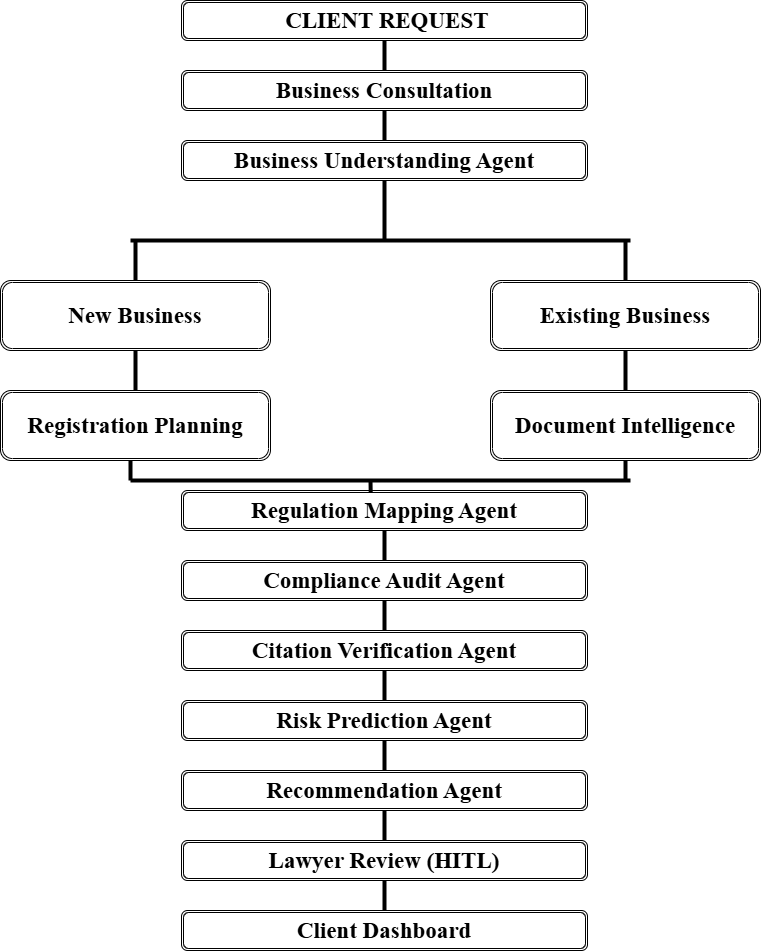
This is architecture/diagrams/03_Agent_Workflow.png from Sumedha-t/ComplianceCopilotAI, a draw.io export, as it was before one commit. Source tidied: cells renumbered, new cells last; positions are measured from the earlier drawing's top-left corner, leaving out a move shared by most shapes.
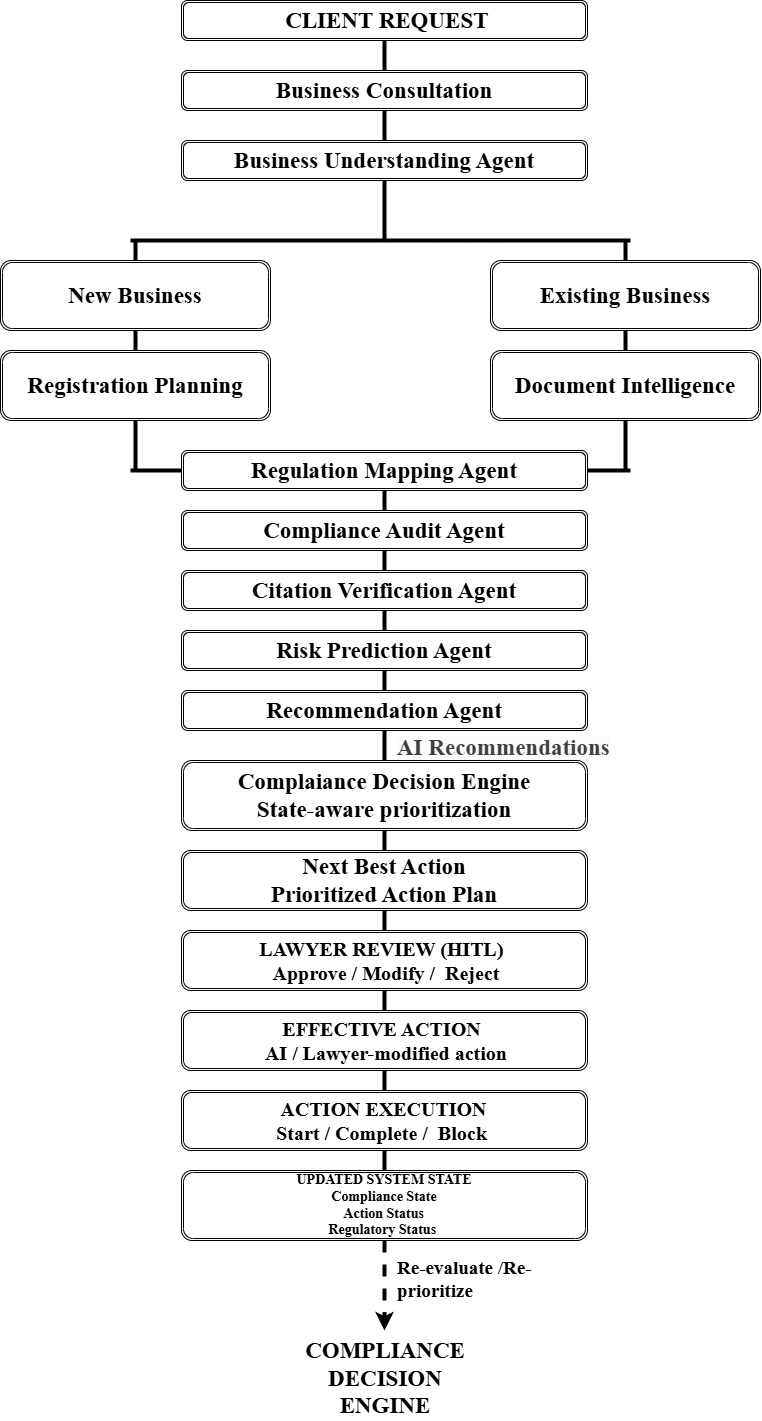
After the change.

Commit message:
Update architecture and HITL workflows

Diff of the diagram source:
```diff
@@ -3,50 +3,47 @@
     <mxCell id="0" />
     <mxCell id="1" parent="0" />
     <mxCell id="2" value="&lt;font style=&quot;font-size: 23px;&quot; face=&quot;Times New Roman&quot;&gt;&lt;b style=&quot;&quot;&gt;&amp;nbsp;CLIENT REQUEST&lt;/b&gt;&lt;/font&gt;" style="shape=ext;double=1;rounded=1;whiteSpace=wrap;html=1;" parent="1" vertex="1">
-      <mxGeometry x="181" width="406" height="40" as="geometry" />
+      <mxGeometry x="316" y="30" width="406" height="40" as="geometry" />
     </mxCell>
     <mxCell id="3" value="&lt;font face=&quot;Times New Roman&quot; style=&quot;font-size: 23px;&quot;&gt;&lt;b&gt;Business Consultation&lt;/b&gt;&lt;/font&gt;" style="shape=ext;double=1;rounded=1;whiteSpace=wrap;html=1;" parent="1" vertex="1">
-      <mxGeometry x="181" y="70" width="406" height="40" as="geometry" />
+      <mxGeometry x="316" y="100" width="406" height="40" as="geometry" />
     </mxCell>
     <mxCell id="4" value="&lt;font face=&quot;Times New Roman&quot; style=&quot;font-size: 23px;&quot;&gt;&lt;b&gt;Business Understanding Agent&lt;/b&gt;&lt;/font&gt;" style="shape=ext;double=1;rounded=1;whiteSpace=wrap;html=1;" parent="1" vertex="1">
-      <mxGeometry x="181" y="140" width="406" height="40" as="geometry" />
+      <mxGeometry x="316" y="170" width="406" height="40" as="geometry" />
     </mxCell>
     <mxCell id="5" value="&lt;font style=&quot;font-size: 23px;&quot; face=&quot;Times New Roman&quot;&gt;&lt;b&gt;New Business&lt;/b&gt;&lt;/font&gt;" style="shape=ext;double=1;rounded=1;whiteSpace=wrap;html=1;" parent="1" vertex="1">
-      <mxGeometry y="280" width="270" height="70" as="geometry" />
+      <mxGeometry x="135" y="290" width="270" height="70" as="geometry" />
     </mxCell>
     <mxCell id="6" value="&lt;font face=&quot;Times New Roman&quot; style=&quot;font-size: 23px;&quot;&gt;&lt;b&gt;Registration Planning&lt;/b&gt;&lt;/font&gt;" style="shape=ext;double=1;rounded=1;whiteSpace=wrap;html=1;" parent="1" vertex="1">
-      <mxGeometry y="390" width="270" height="70" as="geometry" />
+      <mxGeometry x="135" y="380" width="270" height="70" as="geometry" />
     </mxCell>
     <mxCell id="7" value="&lt;font style=&quot;font-size: 23px;&quot; face=&quot;Times New Roman&quot;&gt;&lt;b&gt;Existing Business&lt;/b&gt;&lt;/font&gt;" style="shape=ext;double=1;rounded=1;whiteSpace=wrap;html=1;" parent="1" vertex="1">
-      <mxGeometry x="490" y="280" width="270" height="70" as="geometry" />
+      <mxGeometry x="625" y="290" width="270" height="70" as="geometry" />
     </mxCell>
     <mxCell id="8" value="&lt;b&gt;&lt;font style=&quot;font-size: 23px;&quot; face=&quot;Times New Roman&quot;&gt;Document Intelligence&lt;/font&gt;&lt;/b&gt;" style="shape=ext;double=1;rounded=1;whiteSpace=wrap;html=1;" parent="1" vertex="1">
-      <mxGeometry x="490" y="390" width="270" height="70" as="geometry" />
+      <mxGeometry x="625" y="380" width="270" height="70" as="geometry" />
     </mxCell>
-    <mxCell id="9" value="&lt;font style=&quot;font-size: 23px;&quot; face=&quot;Times New Roman&quot;&gt;&lt;b&gt;Regulation Mapping Agent&lt;/b&gt;&lt;/font&gt;" style="shape=ext;double=1;rounded=1;whiteSpace=wrap;html=1;" parent="1" vertex="1">
-      <mxGeometry x="181" y="490" width="406" height="40" as="geometry" />
-    </mxCell>
     <mxCell id="10" value="&lt;font style=&quot;font-size: 23px;&quot; face=&quot;Times New Roman&quot;&gt;&lt;b&gt;Compliance Audit Agent&lt;/b&gt;&lt;/font&gt;" style="shape=ext;double=1;rounded=1;whiteSpace=wrap;html=1;" parent="1" vertex="1">
-      <mxGeometry x="181" y="560" width="406" height="40" as="geometry" />
+      <mxGeometry x="316" y="540" width="406" height="40" as="geometry" />
     </mxCell>
     <mxCell id="11" value="&lt;b&gt;&lt;font style=&quot;font-size: 23px;&quot; face=&quot;Times New Roman&quot;&gt;Citation Verification Agent&lt;/font&gt;&lt;/b&gt;" style="shape=ext;double=1;rounded=1;whiteSpace=wrap;html=1;" parent="1" vertex="1">
-      <mxGeometry x="181" y="630" width="406" height="40" as="geometry" />
+      <mxGeometry x="316" y="600" width="406" height="40" as="geometry" />
     </mxCell>
     <mxCell id="12" value="&lt;font face=&quot;Times New Roman&quot; style=&quot;font-size: 23px;&quot;&gt;&lt;b&gt;Risk Prediction Agent&lt;/b&gt;&lt;/font&gt;" style="shape=ext;double=1;rounded=1;whiteSpace=wrap;html=1;" parent="1" vertex="1">
-      <mxGeometry x="181" y="700" width="406" height="40" as="geometry" />
+      <mxGeometry x="316" y="660" width="406" height="40" as="geometry" />
     </mxCell>
     <mxCell id="13" value="&lt;font style=&quot;font-size: 23px;&quot; face=&quot;Times New Roman&quot;&gt;&lt;b&gt;Recommendation Agent&lt;/b&gt;&lt;/font&gt;" style="shape=ext;double=1;rounded=1;whiteSpace=wrap;html=1;" parent="1" vertex="1">
-      <mxGeometry x="181" y="770" width="406" height="40" as="geometry" />
+      <mxGeometry x="316" y="720" width="406" height="40" as="geometry" />
     </mxCell>
-    <mxCell id="14" value="&lt;b&gt;&lt;font style=&quot;font-size: 23px;&quot; face=&quot;Times New Roman&quot;&gt;Lawyer Review (HITL)&lt;/font&gt;&lt;/b&gt;" style="shape=ext;double=1;rounded=1;whiteSpace=wrap;html=1;" parent="1" vertex="1">
-      <mxGeometry x="181" y="840" width="406" height="40" as="geometry" />
+    <mxCell id="14" value="&lt;b&gt;&lt;font style=&quot;font-size: 23px;&quot; face=&quot;Times New Roman&quot;&gt;Complaiance Decision Engine&lt;br&gt;State-aware prioritization&lt;/font&gt;&lt;/b&gt;" style="shape=ext;double=1;rounded=1;whiteSpace=wrap;html=1;" parent="1" vertex="1">
+      <mxGeometry x="316" y="790" width="406" height="70" as="geometry" />
     </mxCell>
-    <mxCell id="15" value="&lt;b&gt;&lt;font style=&quot;font-size: 23px;&quot; face=&quot;Times New Roman&quot;&gt;Client Dashboard&lt;/font&gt;&lt;/b&gt;" style="shape=ext;double=1;rounded=1;whiteSpace=wrap;html=1;" parent="1" vertex="1">
-      <mxGeometry x="181" y="910" width="406" height="40" as="geometry" />
+    <mxCell id="15" value="&lt;b&gt;&lt;font style=&quot;font-size: 23px;&quot; face=&quot;Times New Roman&quot;&gt;Next Best Action&lt;br&gt;Prioritized Action Plan&lt;/font&gt;&lt;/b&gt;" style="shape=ext;double=1;rounded=1;whiteSpace=wrap;html=1;" parent="1" vertex="1">
+      <mxGeometry x="316" y="880" width="406" height="60" as="geometry" />
     </mxCell>
     <mxCell id="16" style="endArrow=none;html=1;entryX=0.5;entryY=1;entryDx=0;entryDy=0;strokeWidth=4;" parent="1" edge="1" target="2">
       <mxGeometry relative="1" as="geometry">
-        <mxPoint x="384" y="70" as="sourcePoint" />
+        <mxPoint x="519" y="100" as="sourcePoint" />
       </mxGeometry>
     </mxCell>
     <mxCell id="17" style="endArrow=none;html=1;entryX=0.5;entryY=1;entryDx=0;entryDy=0;strokeWidth=4;exitX=0.5;exitY=0;exitDx=0;exitDy=0;" parent="1" edge="1" source="4" target="3">
@@ -54,23 +51,23 @@
     </mxCell>
     <mxCell id="18" style="endArrow=none;html=1;entryX=0.5;entryY=1;entryDx=0;entryDy=0;strokeWidth=4;" parent="1" edge="1" target="4">
       <mxGeometry relative="1" as="geometry">
-        <mxPoint x="384" y="240" as="sourcePoint" />
+        <mxPoint x="519" y="270" as="sourcePoint" />
       </mxGeometry>
     </mxCell>
     <mxCell id="19" style="endArrow=none;html=1;strokeWidth=4;" parent="1" edge="1">
       <mxGeometry relative="1" as="geometry">
-        <mxPoint x="630" y="240" as="sourcePoint" />
-        <mxPoint x="130" y="240" as="targetPoint" />
+        <mxPoint x="765" y="270" as="sourcePoint" />
+        <mxPoint x="265" y="270" as="targetPoint" />
       </mxGeometry>
     </mxCell>
     <mxCell id="20" style="endArrow=none;html=1;strokeWidth=4;exitX=0.5;exitY=0;exitDx=0;exitDy=0;" parent="1" edge="1" source="5">
       <mxGeometry relative="1" as="geometry">
-        <mxPoint x="135" y="240" as="targetPoint" />
+        <mxPoint x="270" y="270" as="targetPoint" />
       </mxGeometry>
     </mxCell>
     <mxCell id="21" style="endArrow=none;html=1;strokeWidth=4;exitX=0.5;exitY=0;exitDx=0;exitDy=0;" parent="1" edge="1" source="7">
       <mxGeometry relative="1" as="geometry">
-        <mxPoint x="625" y="240" as="targetPoint" />
+        <mxPoint x="760" y="270" as="targetPoint" />
       </mxGeometry>
     </mxCell>
     <mxCell id="22" style="endArrow=none;html=1;entryX=0.5;entryY=1;entryDx=0;entryDy=0;strokeWidth=4;exitX=0.5;exitY=0;exitDx=0;exitDy=0;" parent="1" edge="1" source="6" target="5">
@@ -79,26 +76,24 @@
     <mxCell id="23" style="endArrow=none;html=1;entryX=0.5;entryY=1;entryDx=0;entryDy=0;strokeWidth=4;exitX=0.5;exitY=0;exitDx=0;exitDy=0;" parent="1" edge="1" source="8" target="7">
       <mxGeometry relative="1" as="geometry" />
     </mxCell>
-    <mxCell id="24" style="endArrow=none;html=1;strokeWidth=4;" parent="1" edge="1">
+    <mxCell id="24" style="endArrow=none;html=1;strokeWidth=4;" parent="1" edge="1" source="9">
       <mxGeometry relative="1" as="geometry">
-        <mxPoint x="630" y="480" as="sourcePoint" />
-        <mxPoint x="130" y="480" as="targetPoint" />
+        <mxPoint x="265" y="500" as="targetPoint" />
       </mxGeometry>
     </mxCell>
-    <mxCell id="25" style="endArrow=none;html=1;strokeWidth=4;" parent="1" edge="1">
+    <mxCell id="25" style="endArrow=none;html=1;strokeWidth=4;exitX=0.5;exitY=1;exitDx=0;exitDy=0;" parent="1" edge="1" source="6">
       <mxGeometry relative="1" as="geometry">
-        <mxPoint x="130" y="460" as="sourcePoint" />
-        <mxPoint x="130" y="480" as="targetPoint" />
+        <mxPoint x="270" y="500" as="targetPoint" />
       </mxGeometry>
     </mxCell>
     <mxCell id="26" style="endArrow=none;html=1;strokeWidth=4;exitX=0.5;exitY=1;exitDx=0;exitDy=0;" parent="1" edge="1" source="8">
       <mxGeometry relative="1" as="geometry">
-        <mxPoint x="625" y="480" as="targetPoint" />
+        <mxPoint x="760" y="500" as="targetPoint" />
       </mxGeometry>
     </mxCell>
     <mxCell id="27" style="endArrow=none;html=1;strokeWidth=4;exitX=0.466;exitY=0.061;exitDx=0;exitDy=0;exitPerimeter=0;" parent="1" edge="1" source="9">
       <mxGeometry relative="1" as="geometry">
-        <mxPoint x="370" y="480" as="targetPoint" />
+        <mxPoint x="505" y="510" as="targetPoint" />
       </mxGeometry>
     </mxCell>
     <mxCell id="28" style="endArrow=none;html=1;strokeWidth=4;exitX=0.5;exitY=1;exitDx=0;exitDy=0;entryX=0.5;entryY=0;entryDx=0;entryDy=0;" parent="1" edge="1" source="9" target="10">
@@ -119,5 +114,49 @@
     <mxCell id="33" style="endArrow=none;html=1;strokeWidth=4;exitX=0.5;exitY=1;exitDx=0;exitDy=0;entryX=0.5;entryY=0;entryDx=0;entryDy=0;" parent="1" edge="1" source="14" target="15">
       <mxGeometry relative="1" as="geometry" />
     </mxCell>
+    <mxCell id="34" value="&lt;b style=&quot;forced-color-adjust: none; color: rgb(63, 63, 63); scrollbar-color: rgb(226, 226, 226) rgb(251, 251, 251); font-family: &amp;quot;Times New Roman&amp;quot;; font-size: 23px; font-style: normal; font-variant-ligatures: normal; font-variant-caps: normal; letter-spacing: normal; orphans: 2; text-align: center; text-indent: 0px; text-transform: none; widows: 2; word-spacing: 0px; -webkit-text-stroke-width: 0px; white-space: normal; background-color: rgb(251, 251, 251); text-decoration-thickness: initial; text-decoration-style: initial; text-decoration-color: initial;&quot;&gt;AI Recommendations&lt;/b&gt;" style="text;whiteSpace=wrap;html=1;" parent="1" vertex="1">
+      <mxGeometry x="530" y="757" width="270" height="50" as="geometry" />
+    </mxCell>
+    <mxCell id="35" style="endArrow=none;html=1;strokeWidth=4;" parent="1" edge="1" target="9">
+      <mxGeometry relative="1" as="geometry">
+        <mxPoint x="765" y="500" as="sourcePoint" />
+      </mxGeometry>
+    </mxCell>
+    <mxCell id="9" value="&lt;font style=&quot;font-size: 23px;&quot; face=&quot;Times New Roman&quot;&gt;&lt;b&gt;Regulation Mapping Agent&lt;/b&gt;&lt;/font&gt;" style="shape=ext;double=1;rounded=1;whiteSpace=wrap;html=1;" parent="1" vertex="1">
+      <mxGeometry x="316" y="480" width="406" height="40" as="geometry" />
+    </mxCell>
+    <mxCell id="36" value="&lt;b&gt;&lt;font style=&quot;font-size: 20px;&quot; face=&quot;Times New Roman&quot;&gt;LAWYER REVIEW (HITL)&amp;nbsp;&lt;br&gt;&amp;nbsp;Approve / Modify /&amp;nbsp; Reject&lt;/font&gt;&lt;/b&gt;" style="shape=ext;double=1;rounded=1;whiteSpace=wrap;html=1;" parent="1" vertex="1">
+      <mxGeometry x="316" y="960" width="406" height="60" as="geometry" />
+    </mxCell>
+    <mxCell id="37" style="endArrow=none;html=1;strokeWidth=4;exitX=0.5;exitY=1;exitDx=0;exitDy=0;entryX=0.5;entryY=0;entryDx=0;entryDy=0;" parent="1" edge="1" source="15" target="36">
+      <mxGeometry relative="1" as="geometry" />
+    </mxCell>
+    <mxCell id="38" value="&lt;b&gt;&lt;font style=&quot;font-size: 20px;&quot; face=&quot;Times New Roman&quot;&gt;EFFECTIVE ACTION&amp;nbsp;&lt;br&gt;&amp;nbsp;AI / Lawyer-modified action&lt;/font&gt;&lt;/b&gt;" style="shape=ext;double=1;rounded=1;whiteSpace=wrap;html=1;" parent="1" vertex="1">
+      <mxGeometry x="316" y="1040" width="406" height="60" as="geometry" />
+    </mxCell>
+    <mxCell id="39" style="endArrow=none;html=1;strokeWidth=4;exitX=0.5;exitY=1;exitDx=0;exitDy=0;entryX=0.5;entryY=0;entryDx=0;entryDy=0;" parent="1" edge="1" source="36" target="38">
+      <mxGeometry relative="1" as="geometry" />
+    </mxCell>
+    <mxCell id="40" value="&lt;font style=&quot;font-size: 20px;&quot; face=&quot;Times New Roman&quot;&gt;&lt;b style=&quot;&quot;&gt;&amp;nbsp;ACTION EXECUTION&amp;nbsp; &lt;br&gt;Start / Complete /&amp;nbsp; Block&amp;nbsp;&lt;/b&gt;&lt;/font&gt;" style="shape=ext;double=1;rounded=1;whiteSpace=wrap;html=1;" parent="1" vertex="1">
+      <mxGeometry x="316" y="1120" width="406" height="60" as="geometry" />
+    </mxCell>
+    <mxCell id="41" style="endArrow=none;html=1;strokeWidth=4;exitX=0.5;exitY=1;exitDx=0;exitDy=0;entryX=0.5;entryY=0;entryDx=0;entryDy=0;" parent="1" edge="1" source="38" target="40">
+      <mxGeometry relative="1" as="geometry" />
+    </mxCell>
+    <mxCell id="42" value="&lt;b&gt;&lt;font style=&quot;font-size: 14px;&quot; face=&quot;Times New Roman&quot;&gt;&amp;nbsp;UPDATED SYSTEM STATE&amp;nbsp;&lt;br&gt;&amp;nbsp;Compliance State&amp;nbsp;&lt;br&gt;&amp;nbsp;Action Status&amp;nbsp;&lt;br&gt;&amp;nbsp;Regulatory Status&amp;nbsp;&amp;nbsp;&lt;/font&gt;&lt;/b&gt;" style="shape=ext;double=1;rounded=1;whiteSpace=wrap;html=1;" parent="1" vertex="1">
+      <mxGeometry x="316" y="1200" width="406" height="70" as="geometry" />
+    </mxCell>
+    <mxCell id="43" style="endArrow=none;html=1;strokeWidth=4;exitX=0.5;exitY=1;exitDx=0;exitDy=0;entryX=0.5;entryY=0;entryDx=0;entryDy=0;" parent="1" edge="1" source="40" target="42">
+      <mxGeometry relative="1" as="geometry" />
+    </mxCell>
+    <mxCell id="44" value="&lt;div style=&quot;text-align: center;&quot;&gt;&lt;b&gt;&lt;font style=&quot;font-size: 23px;&quot; face=&quot;Times New Roman&quot;&gt;COMPLIANCE DECISION&lt;br/&gt;                                           ENGINE&lt;/font&gt;&lt;/b&gt;&lt;/div&gt;" style="text;whiteSpace=wrap;html=1;" parent="1" vertex="1">
+      <mxGeometry x="409" y="1360" width="220" height="90" as="geometry" />
+    </mxCell>
+    <mxCell id="45" value="&lt;b&gt;&lt;font style=&quot;font-size: 19px;&quot; face=&quot;Times New Roman&quot;&gt;Re-evaluate /Re-prioritize&lt;/font&gt;&lt;/b&gt;" style="text;whiteSpace=wrap;html=1;" parent="1" vertex="1">
+      <mxGeometry x="530" y="1280" width="150" height="60" as="geometry" />
+    </mxCell>
+    <mxCell id="46" style="html=1;labelBackgroundColor=#ffffff;startArrow=none;startFill=0;startSize=6;endArrow=classic;endFill=1;endSize=6;jettySize=auto;strokeWidth=4;dashed=1;fontSize=14;entryX=0.5;entryY=0;entryDx=0;entryDy=0;exitX=0.5;exitY=1;exitDx=0;exitDy=0;" parent="1" edge="1" source="42" target="44">
+      <mxGeometry relative="1" as="geometry" />
+    </mxCell>
   </root>
 </mxGraphModel>
```
